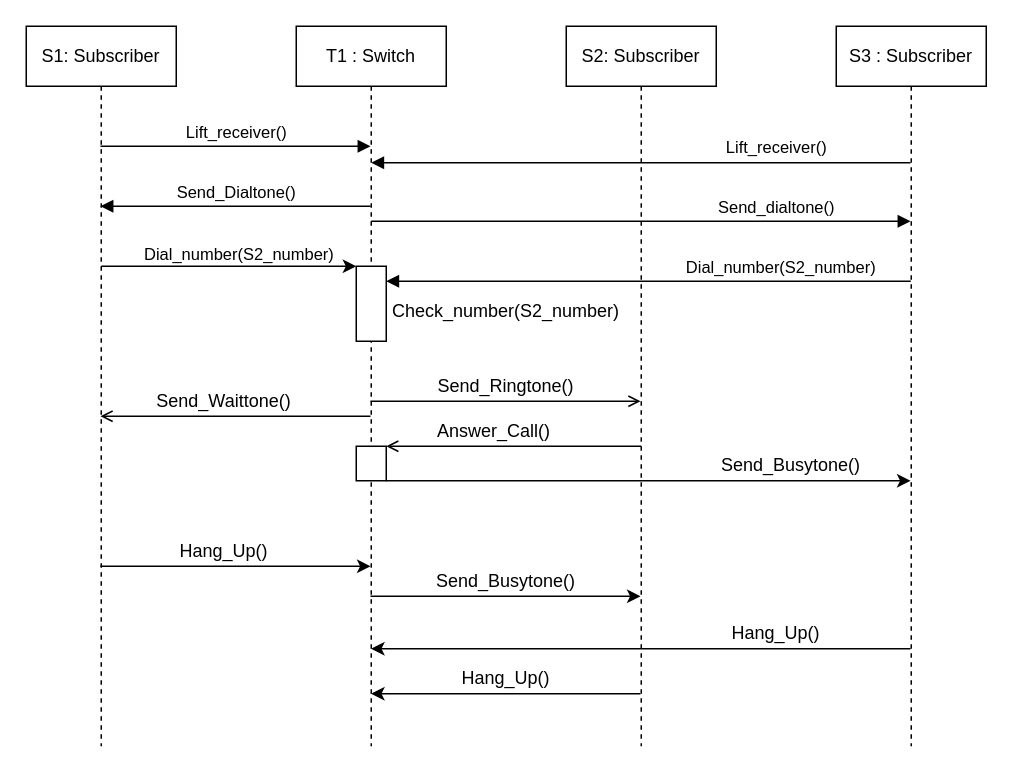
The draw.io diagram Untitled Diagram.drawio in jsonggan/term5_ESC_Cohort_Exercise, before the edit. Source tidied: cells renumbered, new cells numbered last; positions are measured from the earlier drawing's top-left corner, leaving out a move shared by most shapes. Both pictures are drawn from the tidied source at 150%, with x=0, y=0 at pixel (26, 26).
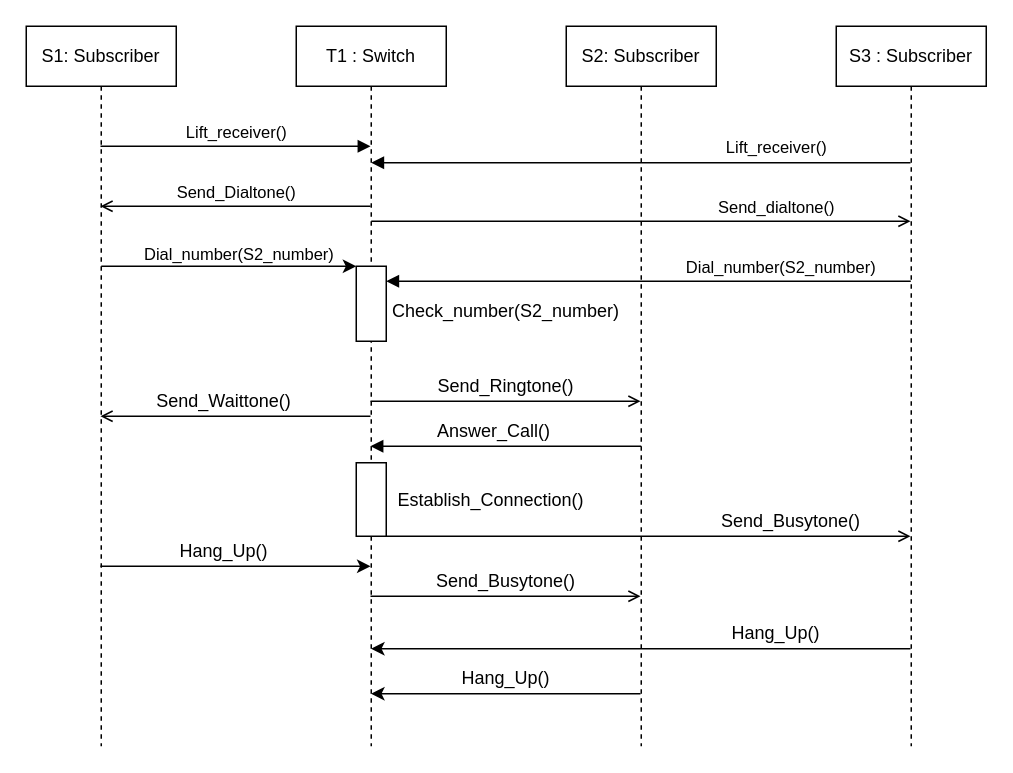
Above is the later version.

The change refers to these unchanged cells:
```xml
<mxCell id="2" value="S1: Subscriber" style="shape=umlLifeline;perimeter=lifelinePerimeter;whiteSpace=wrap;html=1;outlineConnect=0;portConstraint=eastwest;newEdgeStyle={&quot;edgeStyle&quot;:&quot;elbowEdgeStyle&quot;,&quot;elbow&quot;:&quot;vertical&quot;,&quot;curved&quot;:0,&quot;rounded&quot;:0};" parent="1" vertex="1">
  <mxGeometry width="100" height="480" as="geometry" />
</mxCell>
<mxCell id="3" value="T1 : Switch" style="shape=umlLifeline;perimeter=lifelinePerimeter;whiteSpace=wrap;html=1;outlineConnect=0;portConstraint=eastwest;newEdgeStyle={&quot;edgeStyle&quot;:&quot;elbowEdgeStyle&quot;,&quot;elbow&quot;:&quot;vertical&quot;,&quot;curved&quot;:0,&quot;rounded&quot;:0};" parent="1" vertex="1">
  <mxGeometry x="180" width="100" height="480" as="geometry" />
</mxCell>
<mxCell id="6" value="S2: Subscriber" style="shape=umlLifeline;perimeter=lifelinePerimeter;whiteSpace=wrap;html=1;outlineConnect=0;portConstraint=eastwest;newEdgeStyle={&quot;edgeStyle&quot;:&quot;elbowEdgeStyle&quot;,&quot;elbow&quot;:&quot;vertical&quot;,&quot;curved&quot;:0,&quot;rounded&quot;:0};" parent="1" vertex="1">
  <mxGeometry x="360" width="100" height="480" as="geometry" />
</mxCell>
<mxCell id="7" value="S3 : Subscriber" style="shape=umlLifeline;perimeter=lifelinePerimeter;whiteSpace=wrap;html=1;outlineConnect=0;portConstraint=eastwest;newEdgeStyle={&quot;edgeStyle&quot;:&quot;elbowEdgeStyle&quot;,&quot;elbow&quot;:&quot;vertical&quot;,&quot;curved&quot;:0,&quot;rounded&quot;:0};" parent="1" vertex="1">
  <mxGeometry x="540" width="100" height="480" as="geometry" />
</mxCell>
```

Diff of the diagram source:
```diff
@@
-    <mxCell id="5" value="Send_Dialtone()" style="html=1;verticalAlign=bottom;endArrow=block;edgeStyle=elbowEdgeStyle;elbow=vertical;curved=0;rounded=0;" parent="1" edge="1" source="3" target="2">
+    <mxCell id="5" value="Send_Dialtone()" style="html=1;verticalAlign=bottom;endArrow=open;edgeStyle=elbowEdgeStyle;elbow=vertical;curved=0;rounded=0;endFill=0;" parent="1" edge="1" source="3" target="2">
       <mxGeometry relative="1" as="geometry">
         <Array as="points">
           <mxPoint x="150" y="120" />
         </Array>
       </mxGeometry>
     </mxCell>
@@
-    <mxCell id="12" value="Send_dialtone()" style="html=1;verticalAlign=bottom;endArrow=block;edgeStyle=elbowEdgeStyle;elbow=vertical;curved=0;rounded=0;" parent="1" edge="1" target="7">
+    <mxCell id="12" value="Send_dialtone()" style="html=1;verticalAlign=bottom;endArrow=open;edgeStyle=elbowEdgeStyle;elbow=vertical;curved=0;rounded=0;endFill=0;" parent="1" edge="1" target="7">
       <mxGeometry x="0.5" relative="1" as="geometry">
         <mxPoint x="230" y="130" as="sourcePoint" />
         <Array as="points">
           <mxPoint x="320" y="130" />
         </Array>
       </mxGeometry>
     </mxCell>
@@
-    <mxCell id="19" style="endArrow=open;html=1;rounded=0;endFill=0;" parent="1" edge="1">
+    <mxCell id="19" style="endArrow=block;html=1;rounded=0;endFill=1;" parent="1" edge="1" target="3">
       <mxGeometry relative="1" as="geometry">
         <mxPoint x="410" y="280" as="sourcePoint" />
-        <mxPoint x="240" y="280" as="targetPoint" />
         <Array as="points">
           <mxPoint x="320" y="280" />
         </Array>
       </mxGeometry>
     </mxCell>
@@
-    <mxCell id="21" style="endArrow=classic;html=1;rounded=0;exitX=1;exitY=1;exitDx=0;exitDy=0;" parent="1" edge="1" source="31">
+    <mxCell id="21" style="endArrow=open;html=1;rounded=0;exitX=1;exitY=1;exitDx=0;exitDy=0;endFill=0;" parent="1" edge="1" source="31" target="7">
       <mxGeometry relative="1" as="geometry">
-        <mxPoint x="589.5" y="303" as="targetPoint" />
         <Array as="points">
-          <mxPoint x="410" y="303" />
+          <mxPoint x="410" y="340" />
+          <mxPoint x="500" y="340" />
         </Array>
       </mxGeometry>
     </mxCell>
     <mxCell id="22" value="Send_Busytone()" style="text;html=1;strokeColor=none;fillColor=none;align=center;verticalAlign=middle;whiteSpace=wrap;rounded=0;" parent="1" vertex="1">
-      <mxGeometry x="480" y="283" width="60" height="20" as="geometry" />
+      <mxGeometry x="480" y="320" width="60" height="20" as="geometry" />
     </mxCell>
@@
-    <mxCell id="25" style="endArrow=classic;html=1;rounded=0;" parent="1" edge="1" source="3" target="6">
+    <mxCell id="25" style="endArrow=open;html=1;rounded=0;endFill=0;" parent="1" edge="1" source="3" target="6">
       <mxGeometry relative="1" as="geometry">
         <Array as="points">
           <mxPoint x="320" y="380" />
         </Array>
       </mxGeometry>
     </mxCell>
@@
     <mxCell id="31" style="rounded=0;whiteSpace=wrap;html=1;fillColor=default;" parent="1" vertex="1">
-      <mxGeometry x="220" y="280" width="20" height="23" as="geometry" />
+      <mxGeometry x="220" y="291" width="20" height="49" as="geometry" />
     </mxCell>
+    <mxCell id="32" value="Establish_Connection()" style="text;html=1;strokeColor=none;fillColor=none;align=center;verticalAlign=middle;whiteSpace=wrap;rounded=0;" parent="1" vertex="1">
+      <mxGeometry x="280" y="305.5" width="60" height="20" as="geometry" />
+    </mxCell>
```
